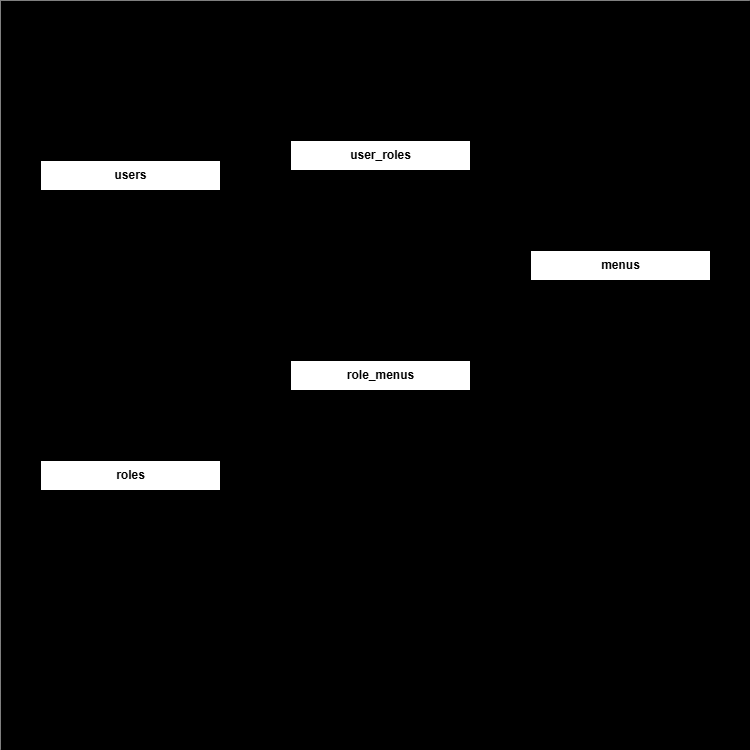
This is ManagementAccess ERD.drawio.png from IlyasBudi/Management-Access, a draw.io export, as it was before one commit. Source tidied: cells renumbered, new cells last; positions are measured from the earlier drawing's top-left corner, leaving out a move shared by most shapes.
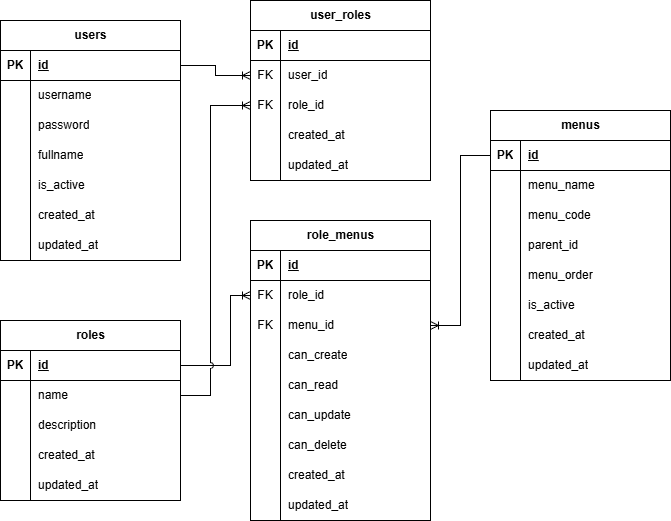
After the commit.

Commit message:
refactor: update README to replace mermaid diagram with ERD image and clean up schema section

Diff of the diagram source:
```diff
@@ -2,9 +2,6 @@
   <root>
     <mxCell id="0" />
     <mxCell id="1" parent="0" />
-    <mxCell id="2" style="whiteSpace=wrap;html=1;fillColor=light-dark(default, #ffffff);strokeColor=none;" parent="1" vertex="1">
-      <mxGeometry width="750" height="750" as="geometry" />
-    </mxCell>
     <mxCell id="3" value="users" style="shape=table;startSize=30;rowLines=0;fontStyle=1;align=center;html=1;" parent="1" vertex="1">
       <mxGeometry x="40" y="160" width="180" height="240" as="geometry" />
     </mxCell>
```
